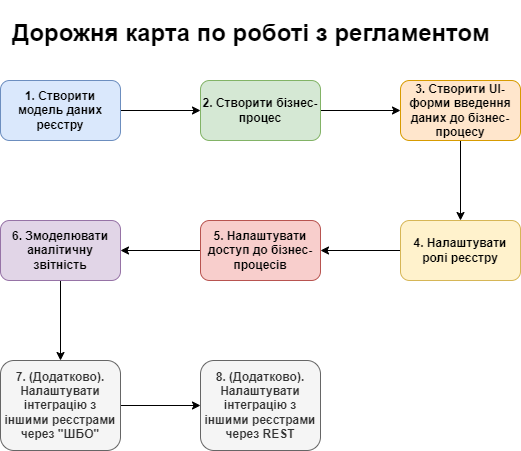
epam/edp-ddm-architecture keeps this draw.io diagram as modules/registry-develop/images/study-project/registry-regulations-roadmap.png. Above is the earlier version. Source tidied: cells renumbered, new cells last; positions are measured from the earlier drawing's top-left corner, leaving out a move shared by most shapes. Its diagram source:
```xml
<mxGraphModel>
  <root>
    <mxCell id="0" />
    <mxCell id="1" parent="0" />
    <mxCell id="2" style="edgeStyle=orthogonalEdgeStyle;rounded=0;jettySize=auto;html=1;" parent="1" edge="1" source="3" target="5">
      <mxGeometry relative="1" as="geometry" />
    </mxCell>
    <mxCell id="3" value="&lt;font size=&quot;1&quot; style=&quot;&quot;&gt;&lt;b style=&quot;font-size: 12px;&quot;&gt;1.&amp;nbsp;Створити модель даних реєстру&lt;/b&gt;&lt;/font&gt;" style="rounded=1;whiteSpace=wrap;html=1;fillColor=#dae8fc;strokeColor=#6c8ebf;align=center;" parent="1" vertex="1">
      <mxGeometry y="80" width="120" height="60" as="geometry" />
    </mxCell>
    <mxCell id="4" style="edgeStyle=orthogonalEdgeStyle;rounded=0;jettySize=auto;html=1;" parent="1" edge="1" source="5" target="7">
      <mxGeometry relative="1" as="geometry" />
    </mxCell>
    <mxCell id="5" value="&lt;b&gt;2. Створити бізнес-процес&lt;/b&gt;" style="rounded=1;whiteSpace=wrap;html=1;fillColor=#d5e8d4;strokeColor=#82b366;" parent="1" vertex="1">
      <mxGeometry x="200" y="80" width="120" height="60" as="geometry" />
    </mxCell>
    <mxCell id="6" style="edgeStyle=orthogonalEdgeStyle;rounded=0;jettySize=auto;html=1;" parent="1" edge="1" source="7" target="9">
      <mxGeometry relative="1" as="geometry" />
    </mxCell>
    <mxCell id="7" value="&lt;b&gt;3. Створити UI-форми введення даних до бізнес-процесу&lt;/b&gt;" style="rounded=1;whiteSpace=wrap;html=1;fillColor=#ffe6cc;strokeColor=#d79b00;" parent="1" vertex="1">
      <mxGeometry x="400" y="80" width="120" height="60" as="geometry" />
    </mxCell>
    <mxCell id="8" style="edgeStyle=orthogonalEdgeStyle;rounded=0;jettySize=auto;html=1;" parent="1" edge="1" source="9" target="11">
      <mxGeometry relative="1" as="geometry" />
    </mxCell>
    <mxCell id="9" value="&lt;b&gt;4. Налаштувати ролі реєстру&lt;/b&gt;" style="rounded=1;whiteSpace=wrap;html=1;fillColor=#fff2cc;strokeColor=#d6b656;" parent="1" vertex="1">
      <mxGeometry x="400" y="220" width="120" height="60" as="geometry" />
    </mxCell>
    <mxCell id="10" style="edgeStyle=orthogonalEdgeStyle;rounded=0;jettySize=auto;html=1;" parent="1" edge="1" source="11" target="13">
      <mxGeometry relative="1" as="geometry" />
    </mxCell>
    <mxCell id="11" value="&lt;b&gt;5. Налаштувати доступ до бізнес-процесів&lt;/b&gt;" style="rounded=1;whiteSpace=wrap;html=1;fillColor=#f8cecc;strokeColor=#b85450;" parent="1" vertex="1">
      <mxGeometry x="200" y="220" width="120" height="60" as="geometry" />
    </mxCell>
    <mxCell id="12" style="edgeStyle=orthogonalEdgeStyle;rounded=0;jettySize=auto;html=1;" parent="1" edge="1" source="13" target="15">
      <mxGeometry relative="1" as="geometry" />
    </mxCell>
    <mxCell id="13" value="&lt;b&gt;6. Змоделювати аналітичну звітність&lt;/b&gt;" style="rounded=1;whiteSpace=wrap;html=1;fillColor=#e1d5e7;strokeColor=#9673a6;" parent="1" vertex="1">
      <mxGeometry y="220" width="120" height="60" as="geometry" />
    </mxCell>
    <mxCell id="14" style="edgeStyle=orthogonalEdgeStyle;rounded=0;jettySize=auto;html=1;fontFamily=Helvetica;fontSize=12;fontColor=#000000;" parent="1" edge="1" source="15" target="16">
      <mxGeometry relative="1" as="geometry" />
    </mxCell>
    <mxCell id="15" value="&lt;b&gt;7. (Додатково). Налаштувати інтеграцію з іншими реєстрами через &quot;ШБО&quot;&lt;/b&gt;" style="rounded=1;whiteSpace=wrap;html=1;fillColor=#f5f5f5;fontColor=#333333;strokeColor=#666666;" parent="1" vertex="1">
      <mxGeometry y="360" width="120" height="90" as="geometry" />
    </mxCell>
    <mxCell id="16" value="&lt;b&gt;8. (Додатково). Налаштувати інтеграцію з іншими реєстрами через REST&lt;/b&gt;" style="rounded=1;whiteSpace=wrap;html=1;fillColor=#f5f5f5;fontColor=#333333;strokeColor=#666666;" parent="1" vertex="1">
      <mxGeometry x="200" y="360" width="120" height="90" as="geometry" />
    </mxCell>
    <mxCell id="17" value="&lt;div style=&quot;background-color: rgb(255, 255, 255);&quot;&gt;&lt;pre style=&quot;&quot;&gt;&lt;font style=&quot;font-size: 24px;&quot; face=&quot;Helvetica&quot;&gt;&lt;b style=&quot;&quot;&gt;Дорожня карта по роботі з регламентом&lt;/b&gt;&lt;/font&gt;&lt;/pre&gt;&lt;/div&gt;" style="text;whiteSpace=wrap;html=1;fontSize=12;fontFamily=Helvetica;fontColor=#000000;" parent="1" vertex="1">
      <mxGeometry x="10" width="300" height="70" as="geometry" />
    </mxCell>
  </root>
</mxGraphModel>
```
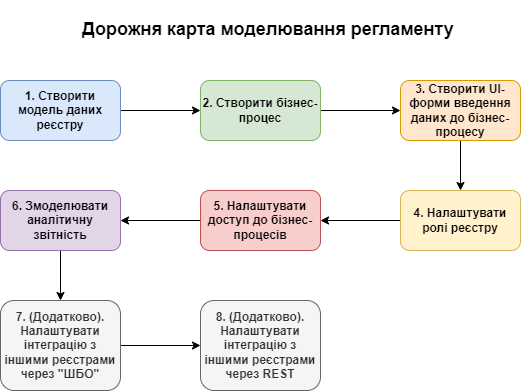
After the commit.

Commit message:
[EDP-DDM-15221] Updated roadmap page for registry-regulations study project

Diff of the diagram source:
```diff
@@ -24,31 +24,31 @@
       <mxGeometry relative="1" as="geometry" />
     </mxCell>
     <mxCell id="9" value="&lt;b&gt;4. Налаштувати ролі реєстру&lt;/b&gt;" style="rounded=1;whiteSpace=wrap;html=1;fillColor=#fff2cc;strokeColor=#d6b656;" parent="1" vertex="1">
-      <mxGeometry x="400" y="220" width="120" height="60" as="geometry" />
+      <mxGeometry x="400" y="190" width="120" height="60" as="geometry" />
     </mxCell>
     <mxCell id="10" style="edgeStyle=orthogonalEdgeStyle;rounded=0;jettySize=auto;html=1;" parent="1" edge="1" source="11" target="13">
       <mxGeometry relative="1" as="geometry" />
     </mxCell>
     <mxCell id="11" value="&lt;b&gt;5. Налаштувати доступ до бізнес-процесів&lt;/b&gt;" style="rounded=1;whiteSpace=wrap;html=1;fillColor=#f8cecc;strokeColor=#b85450;" parent="1" vertex="1">
-      <mxGeometry x="200" y="220" width="120" height="60" as="geometry" />
+      <mxGeometry x="200" y="190" width="120" height="60" as="geometry" />
     </mxCell>
     <mxCell id="12" style="edgeStyle=orthogonalEdgeStyle;rounded=0;jettySize=auto;html=1;" parent="1" edge="1" source="13" target="15">
       <mxGeometry relative="1" as="geometry" />
     </mxCell>
     <mxCell id="13" value="&lt;b&gt;6. Змоделювати аналітичну звітність&lt;/b&gt;" style="rounded=1;whiteSpace=wrap;html=1;fillColor=#e1d5e7;strokeColor=#9673a6;" parent="1" vertex="1">
-      <mxGeometry y="220" width="120" height="60" as="geometry" />
+      <mxGeometry y="190" width="120" height="60" as="geometry" />
     </mxCell>
     <mxCell id="14" style="edgeStyle=orthogonalEdgeStyle;rounded=0;jettySize=auto;html=1;fontFamily=Helvetica;fontSize=12;fontColor=#000000;" parent="1" edge="1" source="15" target="16">
       <mxGeometry relative="1" as="geometry" />
     </mxCell>
     <mxCell id="15" value="&lt;b&gt;7. (Додатково). Налаштувати інтеграцію з іншими реєстрами через &quot;ШБО&quot;&lt;/b&gt;" style="rounded=1;whiteSpace=wrap;html=1;fillColor=#f5f5f5;fontColor=#333333;strokeColor=#666666;" parent="1" vertex="1">
-      <mxGeometry y="360" width="120" height="90" as="geometry" />
+      <mxGeometry y="300" width="120" height="90" as="geometry" />
     </mxCell>
     <mxCell id="16" value="&lt;b&gt;8. (Додатково). Налаштувати інтеграцію з іншими реєстрами через REST&lt;/b&gt;" style="rounded=1;whiteSpace=wrap;html=1;fillColor=#f5f5f5;fontColor=#333333;strokeColor=#666666;" parent="1" vertex="1">
-      <mxGeometry x="200" y="360" width="120" height="90" as="geometry" />
+      <mxGeometry x="200" y="300" width="120" height="90" as="geometry" />
     </mxCell>
-    <mxCell id="17" value="&lt;div style=&quot;background-color: rgb(255, 255, 255);&quot;&gt;&lt;pre style=&quot;&quot;&gt;&lt;font style=&quot;font-size: 24px;&quot; face=&quot;Helvetica&quot;&gt;&lt;b style=&quot;&quot;&gt;Дорожня карта по роботі з регламентом&lt;/b&gt;&lt;/font&gt;&lt;/pre&gt;&lt;/div&gt;" style="text;whiteSpace=wrap;html=1;fontSize=12;fontFamily=Helvetica;fontColor=#000000;" parent="1" vertex="1">
-      <mxGeometry x="10" width="300" height="70" as="geometry" />
+    <mxCell id="17" value="&lt;div style=&quot;background-color: rgb(255, 255, 255);&quot;&gt;&lt;pre style=&quot;&quot;&gt;&lt;font size=&quot;1&quot; style=&quot;&quot; face=&quot;Helvetica&quot;&gt;&lt;b style=&quot;font-size: 18px;&quot;&gt;Дорожня карта моделювання регламенту&lt;/b&gt;&lt;/font&gt;&lt;/pre&gt;&lt;/div&gt;" style="text;whiteSpace=wrap;html=1;fontSize=12;fontFamily=Helvetica;fontColor=#000000;" parent="1" vertex="1">
+      <mxGeometry x="80" width="300" height="70" as="geometry" />
     </mxCell>
   </root>
 </mxGraphModel>
```
